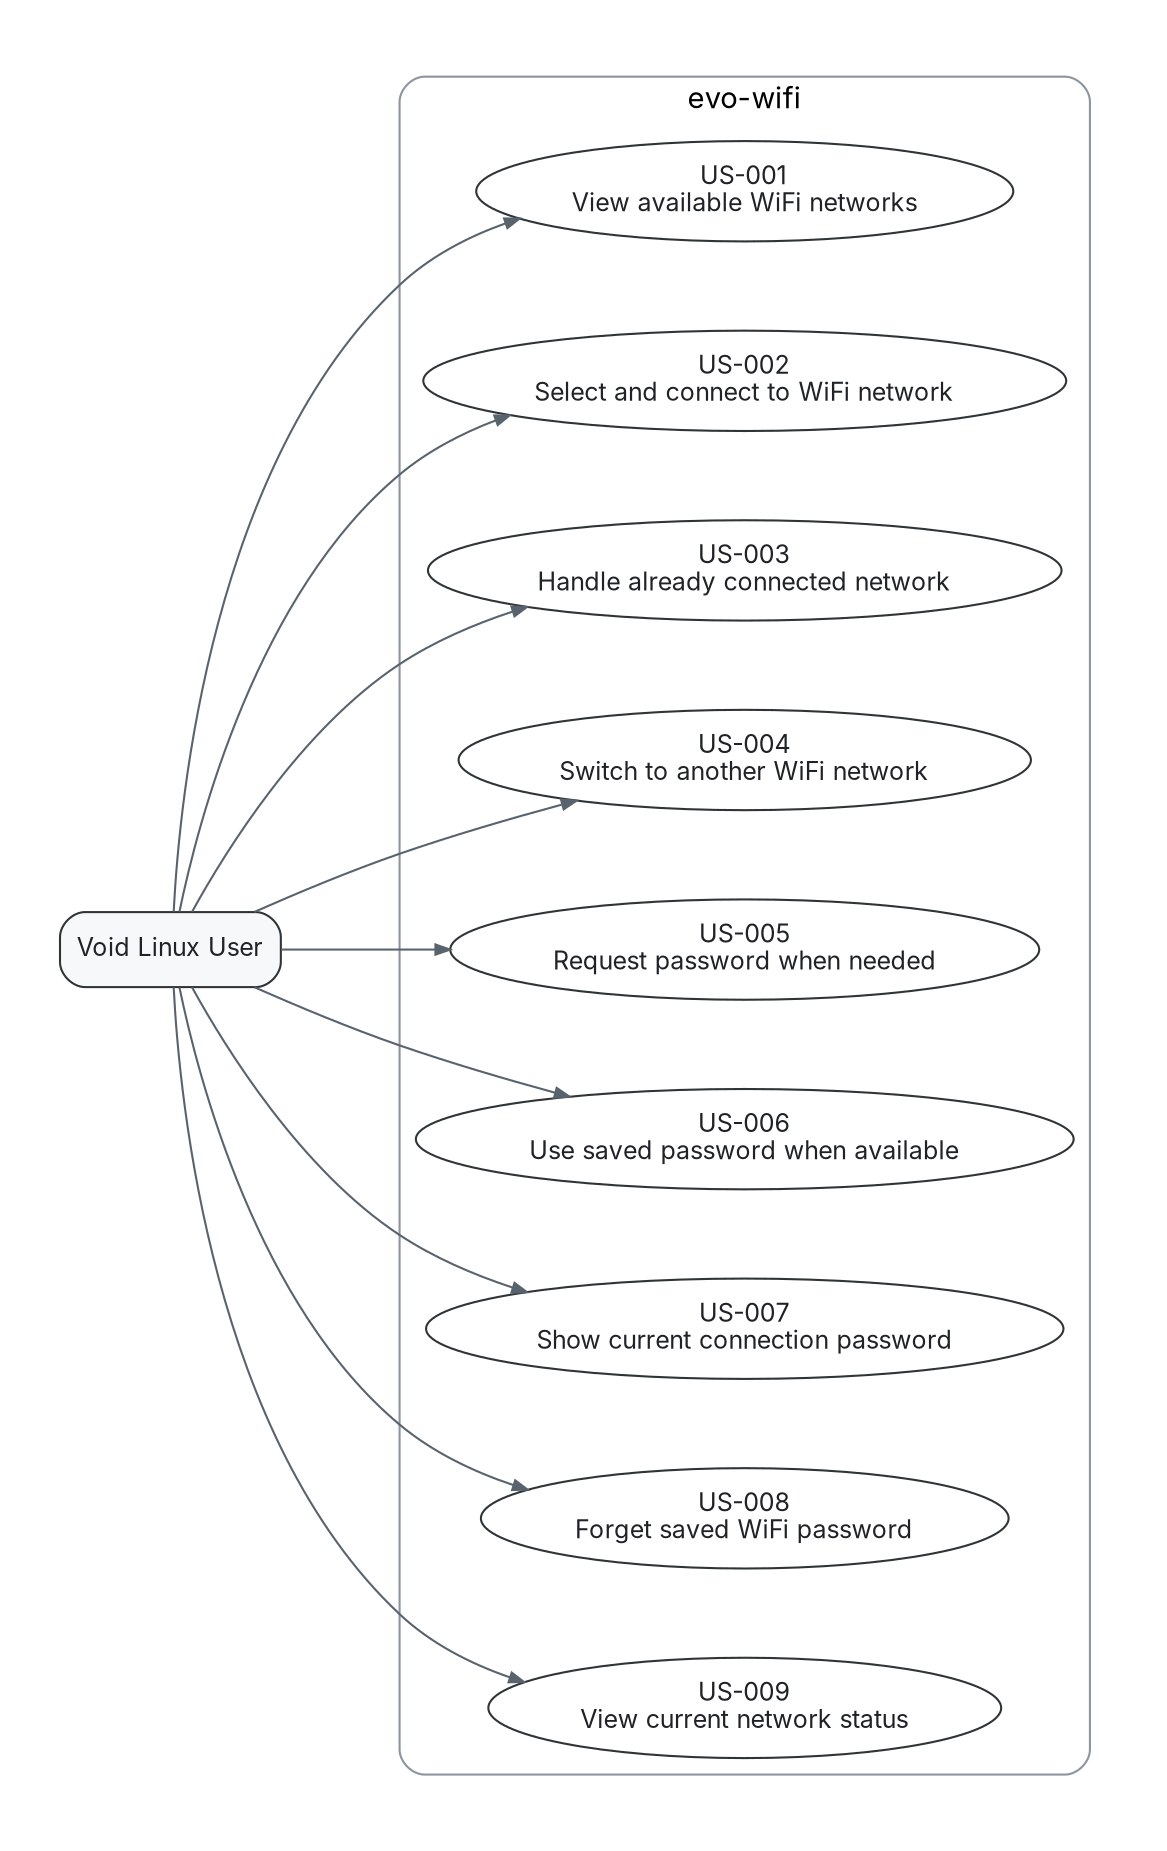
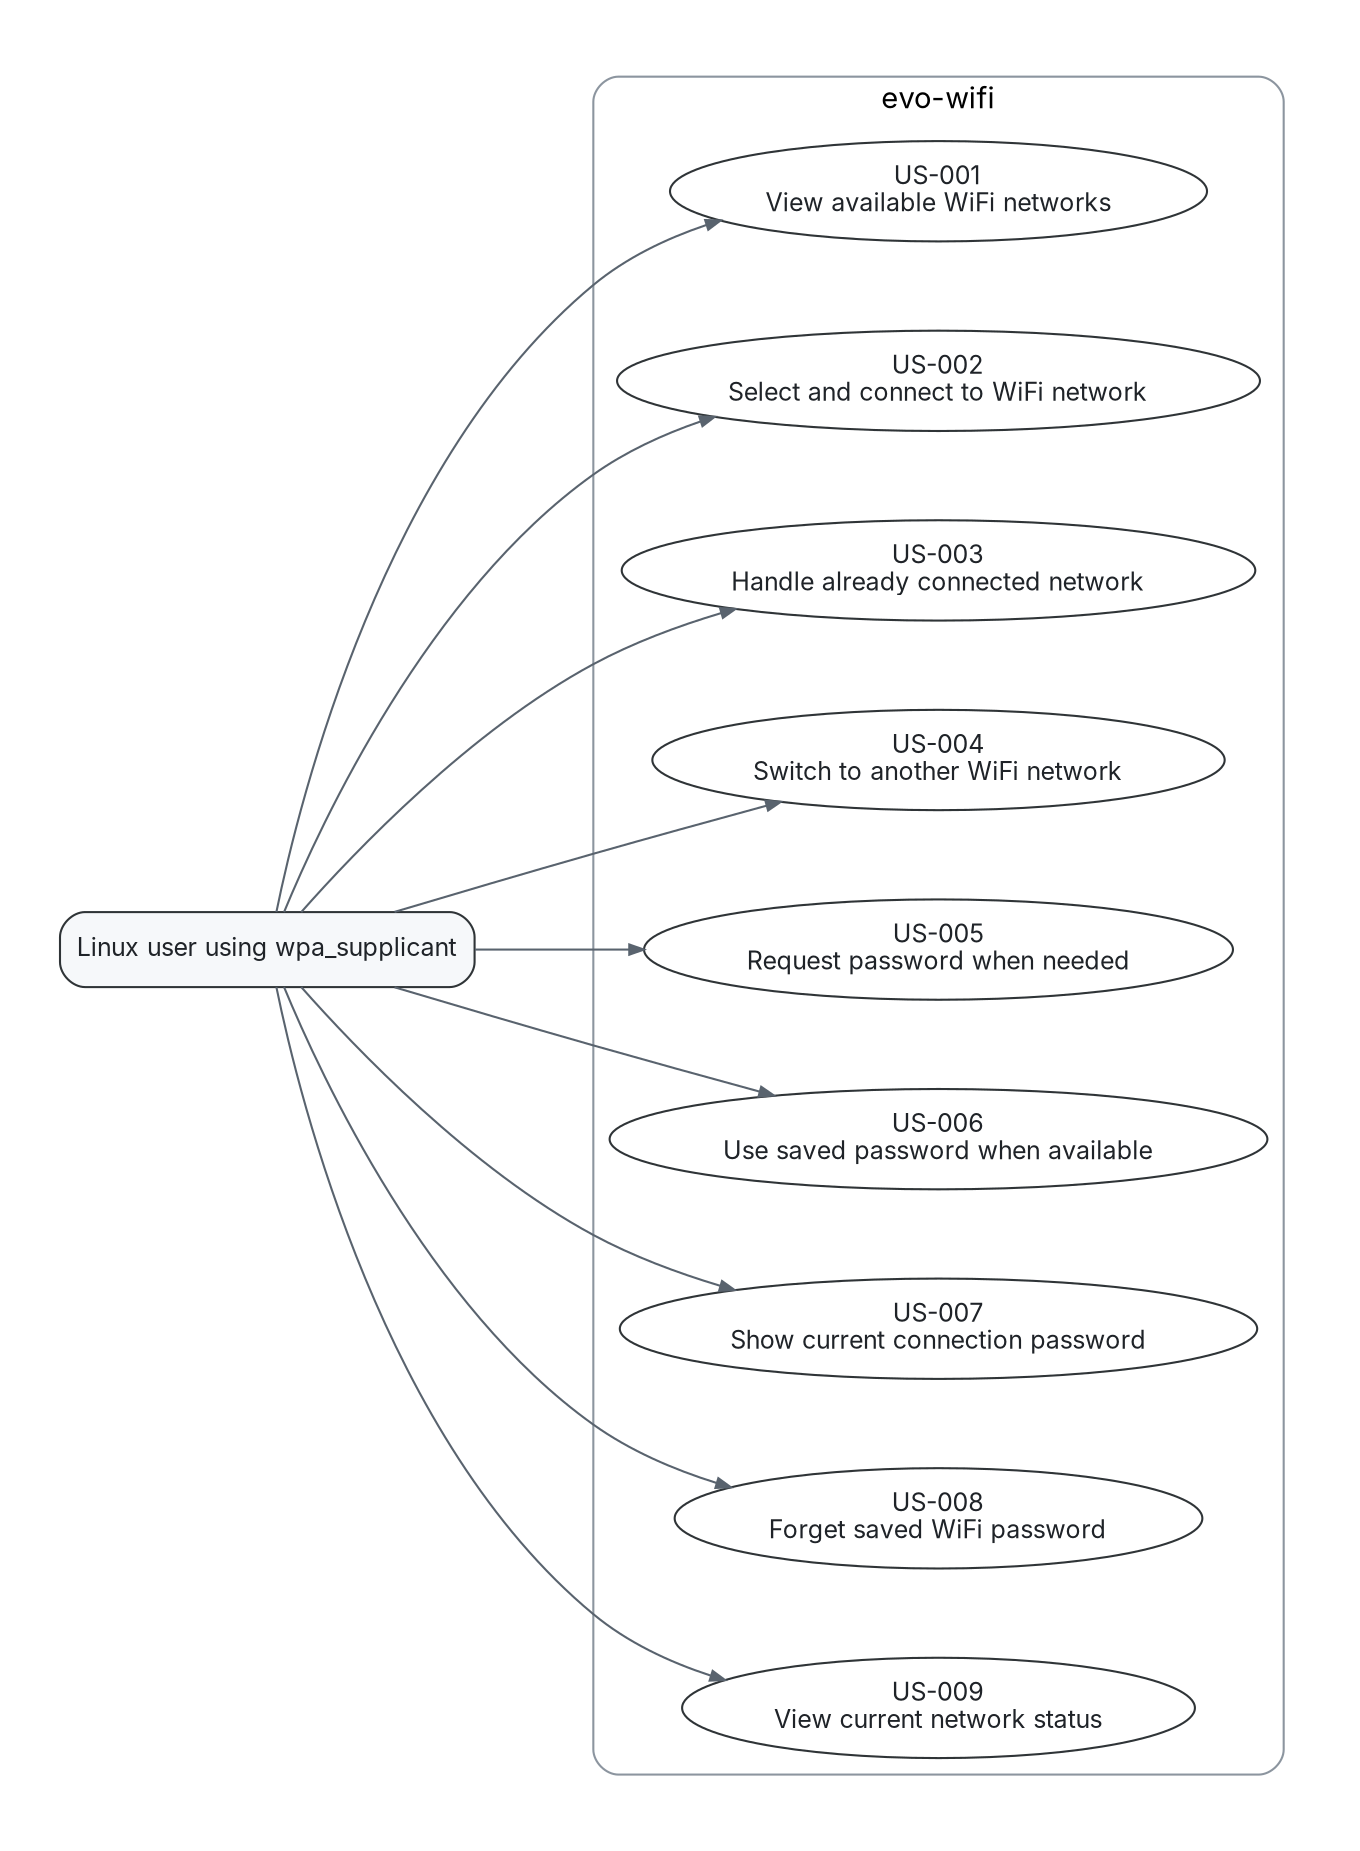
digraph UseCaseDiagram {
  graph [
    rankdir=LR,
    bgcolor="transparent",
    pad="0.4",
    nodesep="0.6",
    ranksep="0.9",
    fontname="Inter"
  ];

  node [
    fontname="Inter",
    fontsize=12,
    color="#2f3437",
    fontcolor="#1f2328"
  ];

  edge [
    color="#59636e",
    arrowsize=0.7
  ];

  user [
-     label="Void Linux User",
+     label="Linux user using wpa_supplicant",
    shape=box,
    style="rounded,filled",
    fillcolor="#f6f8fa"
  ];

  subgraph cluster_evo_wifi {
    label="evo-wifi";
    color="#8c959f";
    fontname="Inter";
    fontsize=14;
    style="rounded";

    uc001 [
      label="US-001\nView available WiFi networks",
      shape=ellipse
    ];

    uc002 [
      label="US-002\nSelect and connect to WiFi network",
      shape=ellipse
    ];

    uc003 [
      label="US-003\nHandle already connected network",
      shape=ellipse
    ];

    uc004 [
      label="US-004\nSwitch to another WiFi network",
      shape=ellipse
    ];

    uc005 [
      label="US-005\nRequest password when needed",
      shape=ellipse
    ];

    uc006 [
      label="US-006\nUse saved password when available",
      shape=ellipse
    ];

    uc007 [
      label="US-007\nShow current connection password",
      shape=ellipse
    ];

    uc008 [
      label="US-008\nForget saved WiFi password",
      shape=ellipse
    ];

    uc009 [
      label="US-009\nView current network status",
      shape=ellipse
    ];
  }

  user -> uc001;
  user -> uc002;
  user -> uc003;
  user -> uc004;
  user -> uc005;
  user -> uc006;
  user -> uc007;
  user -> uc008;
  user -> uc009;
}
